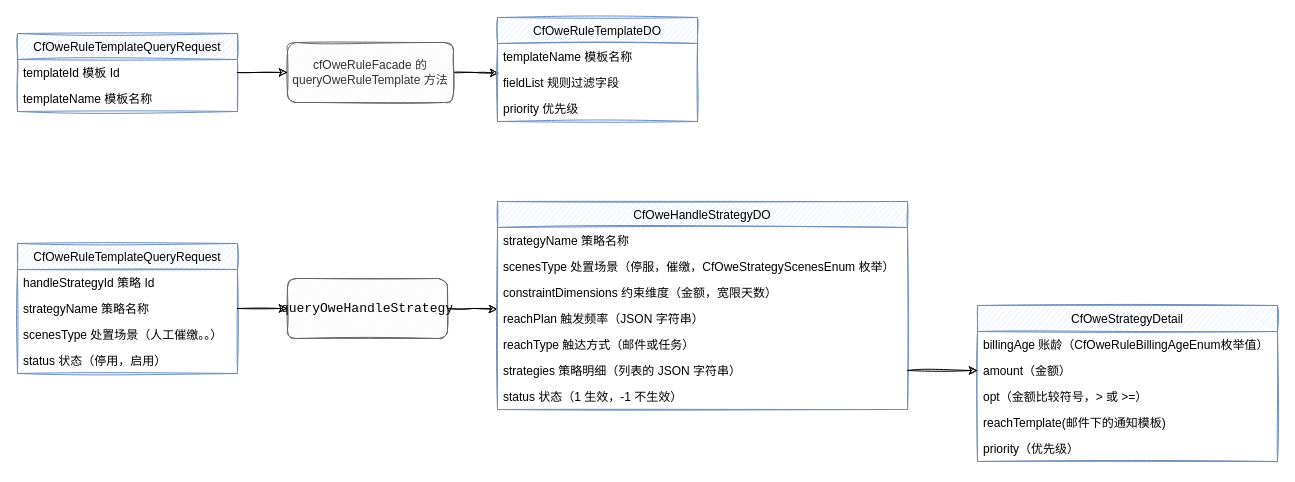
Above: page "OweRuleFacade" (3 of 3) of Untitled Diagram.drawio in Lichit-bot/hello-computer (draw.io), before the change. Source tidied: cells renumbered, new cells numbered last; positions are measured from the earlier drawing's top-left corner, leaving out a move shared by most shapes. Both pictures are drawn from the tidied source at 100%, with x=0, y=0 at pixel (17, 17).
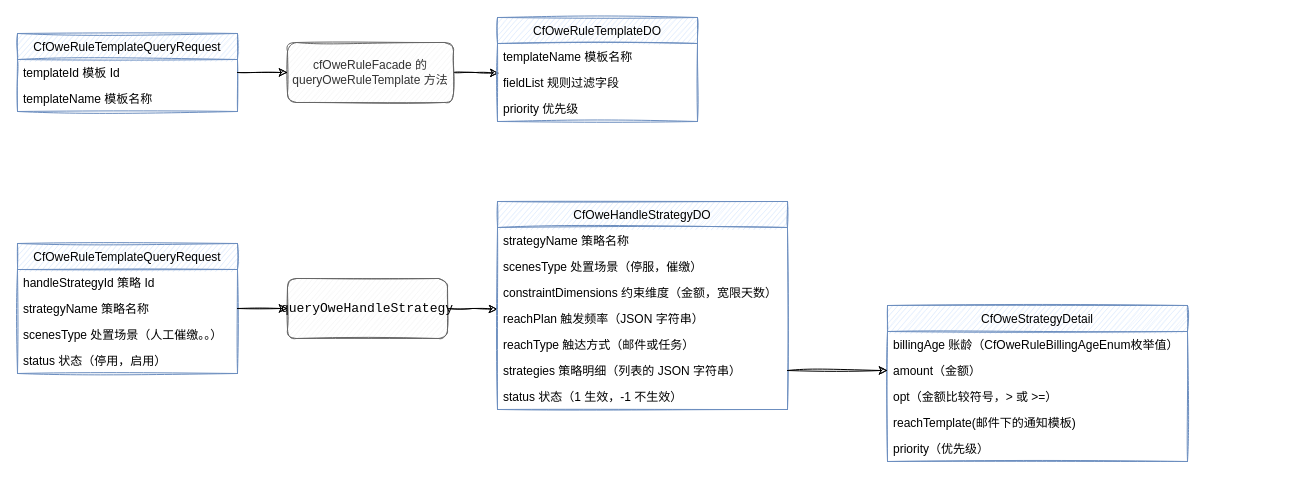
After the change.

What changed in the source:
```diff
@@
     <mxCell id="18" value="CfOweHandleStrategyDO" style="swimlane;fontStyle=0;horizontal=1;startSize=26;sketch=1;fillColor=#dae8fc;strokeColor=#6c8ebf;" parent="1" vertex="1">
-      <mxGeometry x="480" y="184" width="410" height="208" as="geometry" />
+      <mxGeometry x="480" y="184" width="290" height="208" as="geometry" />
     </mxCell>
     <mxCell id="19" value="strategyName 策略名称" style="text;strokeColor=none;fillColor=none;align=left;verticalAlign=top;spacingLeft=4;spacingRight=4;overflow=hidden;" parent="18" vertex="1">
-      <mxGeometry y="26" width="410" height="26" as="geometry" />
+      <mxGeometry y="26" width="290" height="26" as="geometry" />
     </mxCell>
-    <mxCell id="20" value="scenesType 处置场景（停服，催缴，CfOweStrategyScenesEnum 枚举）" style="text;strokeColor=none;fillColor=none;align=left;verticalAlign=top;spacingLeft=4;spacingRight=4;overflow=hidden;" parent="18" vertex="1">
-      <mxGeometry y="52" width="410" height="26" as="geometry" />
+    <mxCell id="20" value="scenesType 处置场景（停服，催缴）" style="text;strokeColor=none;fillColor=none;align=left;verticalAlign=top;spacingLeft=4;spacingRight=4;overflow=hidden;" parent="18" vertex="1">
+      <mxGeometry y="52" width="290" height="26" as="geometry" />
     </mxCell>
     <mxCell id="21" value="constraintDimensions 约束维度（金额，宽限天数）" style="text;strokeColor=none;fillColor=none;align=left;verticalAlign=top;spacingLeft=4;spacingRight=4;overflow=hidden;" parent="18" vertex="1">
-      <mxGeometry y="78" width="410" height="26" as="geometry" />
+      <mxGeometry y="78" width="290" height="26" as="geometry" />
     </mxCell>
     <mxCell id="22" value="reachPlan 触发频率（JSON 字符串）" style="text;strokeColor=none;fillColor=none;align=left;verticalAlign=top;spacingLeft=4;spacingRight=4;overflow=hidden;points=[[0,0.5],[1,0.5]];portConstraint=eastwest;" parent="18" vertex="1">
-      <mxGeometry y="104" width="410" height="26" as="geometry" />
+      <mxGeometry y="104" width="290" height="26" as="geometry" />
     </mxCell>
     <mxCell id="23" value="reachType 触达方式（邮件或任务）" style="text;strokeColor=none;fillColor=none;align=left;verticalAlign=top;spacingLeft=4;spacingRight=4;overflow=hidden;" parent="18" vertex="1">
-      <mxGeometry y="130" width="410" height="26" as="geometry" />
+      <mxGeometry y="130" width="290" height="26" as="geometry" />
     </mxCell>
     <mxCell id="24" value="strategies 策略明细（列表的 JSON 字符串）" style="text;strokeColor=none;fillColor=none;align=left;verticalAlign=top;spacingLeft=4;spacingRight=4;overflow=hidden;points=[[0,0.5],[1,0.5]];portConstraint=eastwest;" parent="18" vertex="1">
-      <mxGeometry y="156" width="410" height="26" as="geometry" />
+      <mxGeometry y="156" width="290" height="26" as="geometry" />
     </mxCell>
     <mxCell id="25" value="status 状态（1 生效，-1 不生效）" style="text;strokeColor=none;fillColor=none;align=left;verticalAlign=top;spacingLeft=4;spacingRight=4;overflow=hidden;" parent="18" vertex="1">
-      <mxGeometry y="182" width="410" height="26" as="geometry" />
+      <mxGeometry y="182" width="290" height="26" as="geometry" />
     </mxCell>
@@
     <mxCell id="28" value="CfOweStrategyDetail" style="swimlane;fontStyle=0;horizontal=1;startSize=26;sketch=1;fillColor=#dae8fc;strokeColor=#6c8ebf;" parent="1" vertex="1">
-      <mxGeometry x="960" y="288" width="300" height="156" as="geometry" />
+      <mxGeometry x="870" y="288" width="300" height="156" as="geometry" />
     </mxCell>
```
